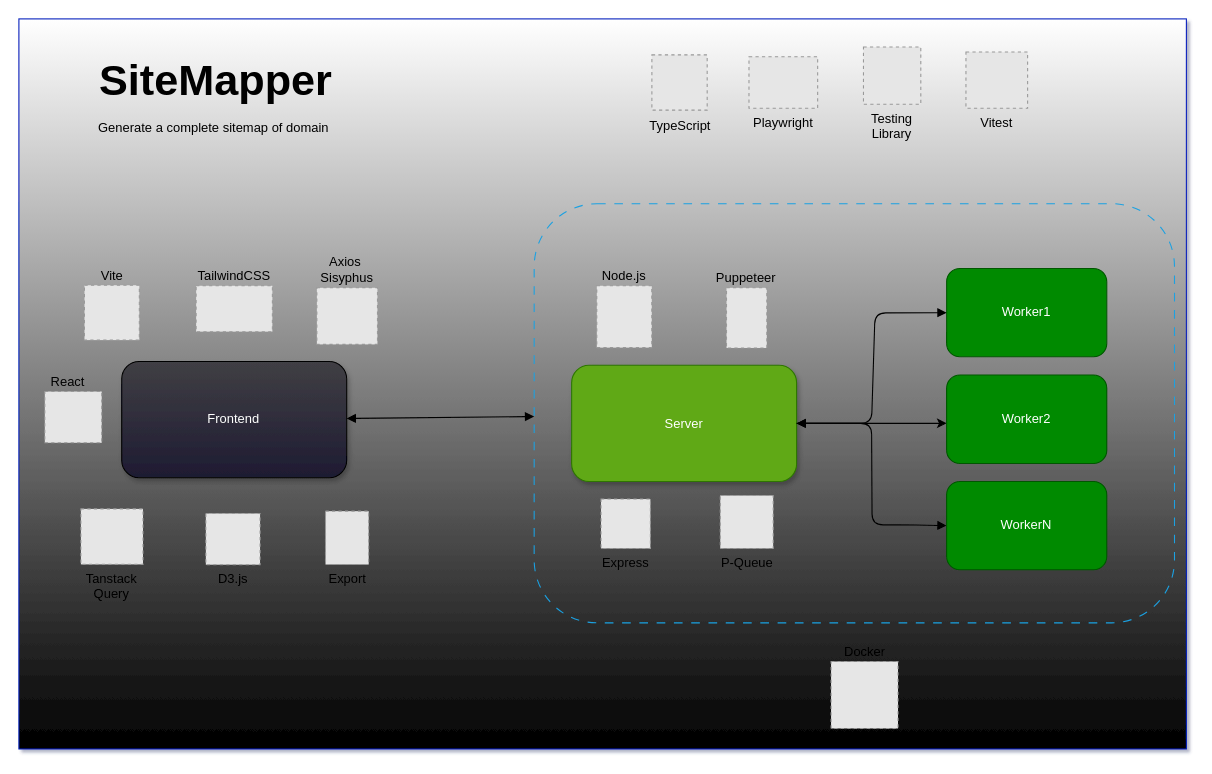
brunosduarte/project-web-crawler keeps this draw.io diagram as .github/diagram.drawio. Above is the earlier version. Source tidied: cells renumbered, new cells numbered last; positions are measured from the earlier drawing's top-left corner, leaving out a move shared by most shapes. Both pictures are drawn from the tidied source at 108%, with x=0, y=0 at pixel (18, 18). Pictures stored in the file or linked from it are replaced by grey dashed boxes.
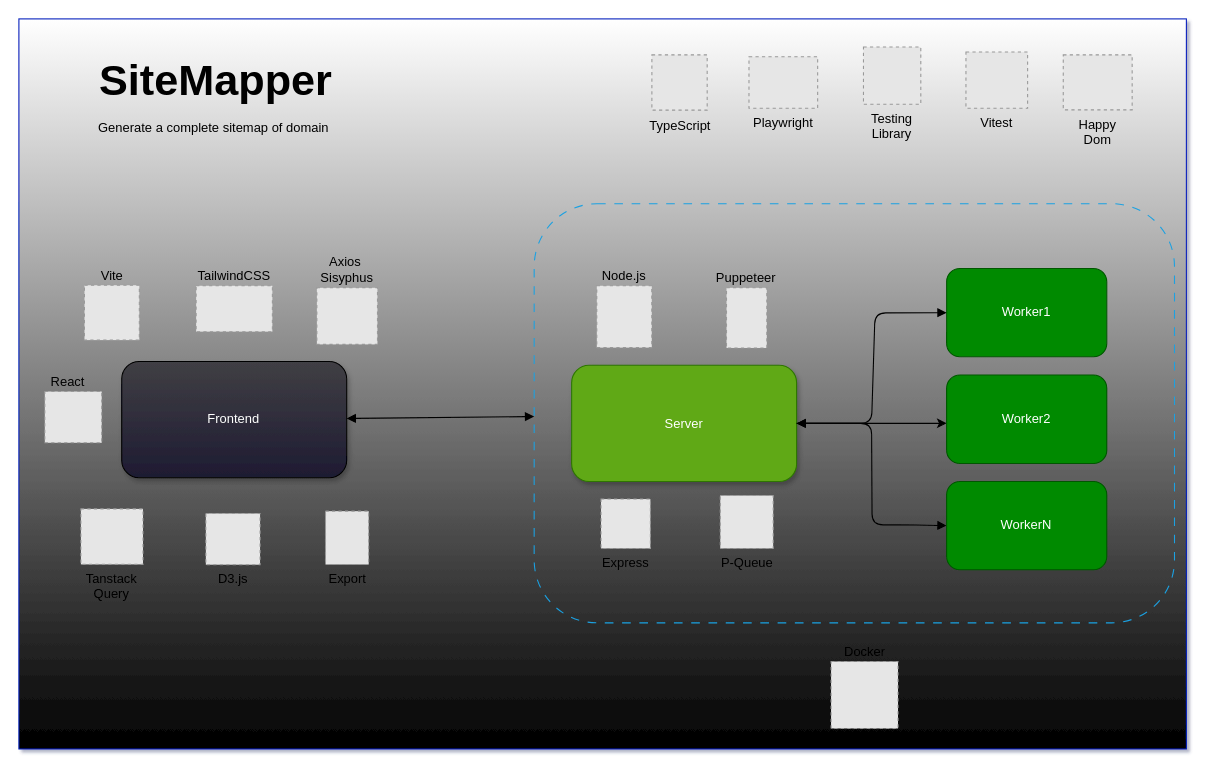
Above is the later version.

Commit message (it also covers changes not shown here):
docs: design of architecture

Diff of the diagram source:
```diff
@@
+    <mxCell id="32" value="Happy Dom" style="fillColor=#E6E6E6;strokeColor=#999999;dashed=1;verticalLabelPosition=bottom;labelBackgroundColor=none;verticalAlign=top;html=1;whiteSpace=wrap;" parent="1" vertex="1">
+      <mxGeometry x="967" y="33.3" width="63.8" height="50.9" as="geometry" />
+    </mxCell>
```
